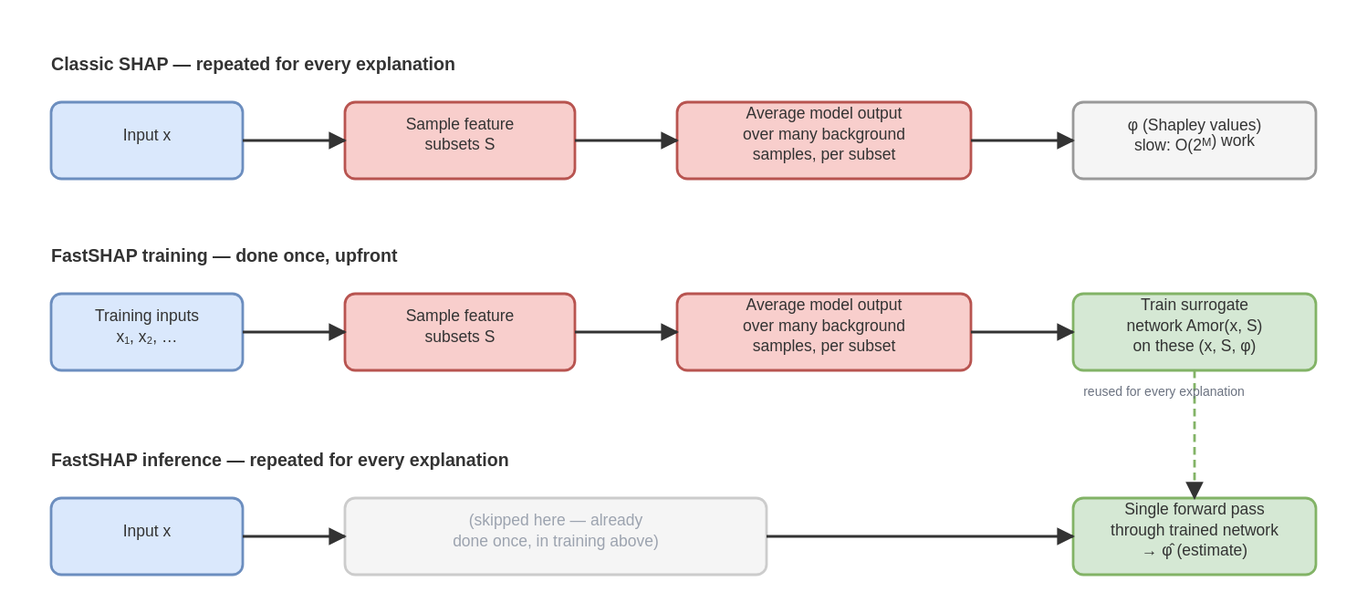
The draw.io diagram posts/explaining-black-box-predictions/diagrams/classic-vs-fastshap.drawio.svg in DMLF1/blog, before a commit. Source tidied: cells renumbered, new cells last; positions are measured from the earlier drawing's top-left corner, leaving out a move shared by most shapes.
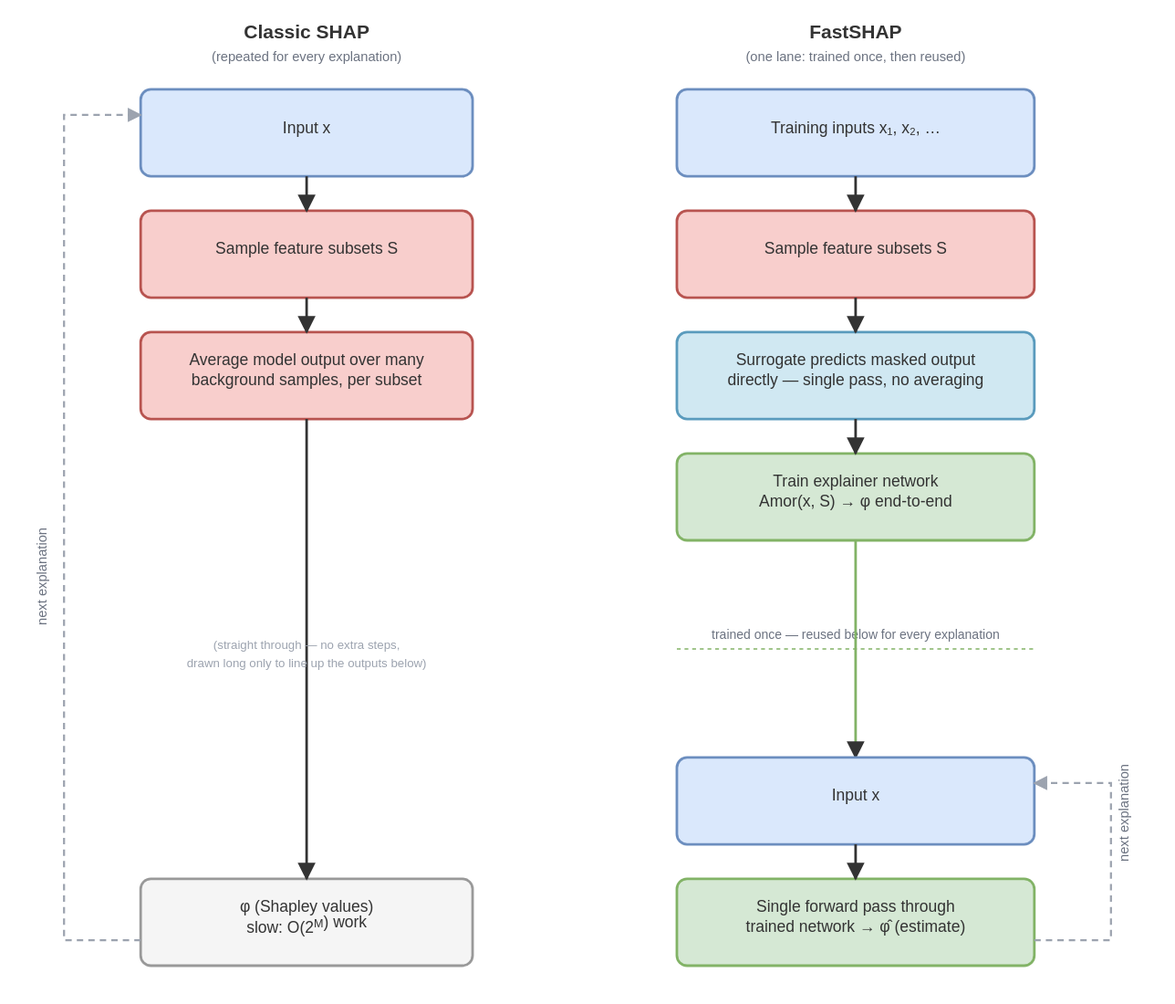
Later version of the same file.

Commit message:
Rebuild FastSHAP diagram as two vertical lanes, fix a factual error

Change to the diagram source:
```diff
@@ -2,77 +2,124 @@
   <root>
     <mxCell id="0" />
     <mxCell id="1" parent="0" />
-    <mxCell id="2" value="Classic SHAP  —  repeated for every explanation" style="text;html=1;align=left;verticalAlign=middle;fontSize=14;fontStyle=1;fontColor=#333333;" parent="1" vertex="1">
-      <mxGeometry width="340" height="20" as="geometry" />
-    </mxCell>
+    <mxCell id="26" value="Classic SHAP" style="text;html=1;align=center;verticalAlign=middle;fontSize=15;fontStyle=1;fontColor=#333333;" parent="1" vertex="1">
+      <mxGeometry x="30" y="-25" width="340" height="20" as="geometry" />
+    </mxCell>
+    <mxCell id="27" value="(repeated for every explanation)" style="text;html=1;align=center;verticalAlign=middle;fontSize=10.5;fontStyle=1;fontColor=#6B7280;" parent="1" vertex="1">
+      <mxGeometry x="30" y="-7" width="340" height="20" as="geometry" />
+    </mxCell>
+    <mxCell id="28" value="FastSHAP" style="text;html=1;align=center;verticalAlign=middle;fontSize=15;fontStyle=1;fontColor=#333333;" parent="1" vertex="1">
+      <mxGeometry x="460" y="-25" width="340" height="20" as="geometry" />
+    </mxCell>
+    <mxCell id="29" value="(one lane: trained once, then reused)" style="text;html=1;align=center;verticalAlign=middle;fontSize=10.5;fontStyle=1;fontColor=#6B7280;" parent="1" vertex="1">
+      <mxGeometry x="460" y="-7" width="340" height="20" as="geometry" />
+    </mxCell>
     <mxCell id="3" value="Input x" style="rounded=1;whiteSpace=wrap;html=1;fillColor=#dae8fc;strokeColor=#6c8ebf;fontColor=#333333;" parent="1" vertex="1">
-      <mxGeometry y="43" width="150" height="60" as="geometry" />
+      <mxGeometry x="70" y="33" width="260" height="68" as="geometry" />
     </mxCell>
-    <mxCell id="4" value="Sample feature&amp;#10;subsets S" style="rounded=1;whiteSpace=wrap;html=1;fillColor=#f8cecc;strokeColor=#b85450;fontColor=#333333;" parent="1" vertex="1">
-      <mxGeometry x="230" y="43" width="180" height="60" as="geometry" />
+    <mxCell id="4" value="Sample feature subsets S" style="rounded=1;whiteSpace=wrap;html=1;fillColor=#f8cecc;strokeColor=#b85450;fontColor=#333333;" parent="1" vertex="1">
+      <mxGeometry x="70" y="128" width="260" height="68" as="geometry" />
     </mxCell>
-    <mxCell id="5" value="Average model output&amp;#10;over many background&amp;#10;samples, per subset" style="rounded=1;whiteSpace=wrap;html=1;fillColor=#f8cecc;strokeColor=#b85450;fontColor=#333333;" parent="1" vertex="1">
-      <mxGeometry x="490" y="43" width="230" height="60" as="geometry" />
+    <mxCell id="5" value="Average model output over many&amp;#10;background samples, per subset" style="rounded=1;whiteSpace=wrap;html=1;fillColor=#f8cecc;strokeColor=#b85450;fontColor=#333333;" parent="1" vertex="1">
+      <mxGeometry x="70" y="223" width="260" height="68" as="geometry" />
     </mxCell>
     <mxCell id="6" value="φ (Shapley values)&#10;slow: O(2M) work" style="rounded=1;whiteSpace=wrap;html=1;fillColor=#f5f5f5;strokeColor=#999999;" parent="1" vertex="1">
-      <mxGeometry x="800" y="43" width="190" height="60" as="geometry" />
+      <mxGeometry x="70" y="651" width="260" height="68" as="geometry" />
     </mxCell>
+    <mxCell id="30" style="edgeStyle=none;html=1;endArrow=block;strokeColor=#333333;" parent="1" edge="1">
+      <mxGeometry relative="1" as="geometry">
+        <mxPoint x="200" y="101" as="sourcePoint" />
+        <mxPoint x="200" y="128" as="targetPoint" />
+      </mxGeometry>
+    </mxCell>
-    <mxCell id="7" style="edgeStyle=orthogonalEdgeStyle;rounded=0;html=1;endArrow=block;strokeColor=#333333;" parent="1" edge="1" source="3" target="4">
-      <mxGeometry relative="1" as="geometry" />
+    <mxCell id="7" style="edgeStyle=none;html=1;endArrow=block;strokeColor=#333333;" parent="1" edge="1">
+      <mxGeometry relative="1" as="geometry">
+        <mxPoint x="200" y="196" as="sourcePoint" />
+        <mxPoint x="200" y="223" as="targetPoint" />
+      </mxGeometry>
     </mxCell>
-    <mxCell id="8" style="edgeStyle=orthogonalEdgeStyle;rounded=0;html=1;endArrow=block;strokeColor=#333333;" parent="1" edge="1" source="4" target="5">
-      <mxGeometry relative="1" as="geometry" />
+    <mxCell id="8" style="edgeStyle=none;html=1;endArrow=block;strokeColor=#333333;" parent="1" edge="1">
+      <mxGeometry relative="1" as="geometry">
+        <mxPoint x="200" y="291" as="sourcePoint" />
+        <mxPoint x="200" y="651" as="targetPoint" />
+      </mxGeometry>
     </mxCell>
-    <mxCell id="9" style="edgeStyle=orthogonalEdgeStyle;rounded=0;html=1;endArrow=block;strokeColor=#333333;" parent="1" edge="1" source="5" target="6">
-      <mxGeometry relative="1" as="geometry" />
-    </mxCell>
-    <mxCell id="10" value="FastSHAP training  —  done once, upfront" style="text;html=1;align=left;verticalAlign=middle;fontSize=14;fontStyle=1;fontColor=#333333;" parent="1" vertex="1">
-      <mxGeometry y="150" width="340" height="20" as="geometry" />
-    </mxCell>
+    <mxCell id="31" value="(straight through — no extra steps," style="text;html=1;align=center;verticalAlign=middle;fontSize=9.5;fontStyle=1;fontColor=#9CA3AF;" parent="1" vertex="1">
+      <mxGeometry x="30" y="453" width="340" height="20" as="geometry" />
+    </mxCell>
+    <mxCell id="32" value="drawn long only to line up the outputs below)" style="text;html=1;align=center;verticalAlign=middle;fontSize=9.5;fontStyle=1;fontColor=#9CA3AF;" parent="1" vertex="1">
+      <mxGeometry x="30" y="467" width="340" height="20" as="geometry" />
+    </mxCell>
+    <mxCell id="33" style="edgeStyle=none;html=1;endArrow=block;strokeColor=#9CA3AF;dashed=1;" parent="1" edge="1">
+      <mxGeometry relative="1" as="geometry">
+        <mxPoint x="70" y="699" as="sourcePoint" />
+        <mxPoint x="70" y="53" as="targetPoint" />
+        <Array as="points">
+          <mxPoint x="10" y="699" />
+          <mxPoint x="10" y="53" />
+        </Array>
+      </mxGeometry>
+    </mxCell>
-    <mxCell id="11" value="Training inputs&amp;#10;x₁, x₂, …" style="rounded=1;whiteSpace=wrap;html=1;fillColor=#dae8fc;strokeColor=#6c8ebf;fontColor=#333333;" parent="1" vertex="1">
-      <mxGeometry y="193" width="150" height="60" as="geometry" />
+    <mxCell id="11" value="Training inputs x₁, x₂, …" style="rounded=1;whiteSpace=wrap;html=1;fillColor=#dae8fc;strokeColor=#6c8ebf;fontColor=#333333;" parent="1" vertex="1">
+      <mxGeometry x="490" y="33" width="280" height="68" as="geometry" />
     </mxCell>
-    <mxCell id="12" value="Sample feature&amp;#10;subsets S" style="rounded=1;whiteSpace=wrap;html=1;fillColor=#f8cecc;strokeColor=#b85450;fontColor=#333333;" parent="1" vertex="1">
-      <mxGeometry x="230" y="193" width="180" height="60" as="geometry" />
+    <mxCell id="12" value="Sample feature subsets S" style="rounded=1;whiteSpace=wrap;html=1;fillColor=#f8cecc;strokeColor=#b85450;fontColor=#333333;" parent="1" vertex="1">
+      <mxGeometry x="490" y="128" width="280" height="68" as="geometry" />
     </mxCell>
-    <mxCell id="13" value="Average model output&amp;#10;over many background&amp;#10;samples, per subset" style="rounded=1;whiteSpace=wrap;html=1;fillColor=#f8cecc;strokeColor=#b85450;fontColor=#333333;" parent="1" vertex="1">
-      <mxGeometry x="490" y="193" width="230" height="60" as="geometry" />
+    <mxCell id="13" value="Surrogate predicts masked output&amp;#10;directly — single pass, no averaging" style="rounded=1;whiteSpace=wrap;html=1;fillColor=#d0e8f2;strokeColor=#5a9bbd;fontColor=#333333;" parent="1" vertex="1">
+      <mxGeometry x="490" y="223" width="280" height="68" as="geometry" />
     </mxCell>
-    <mxCell id="14" value="Train surrogate&amp;#10;network Amor(x, S)&amp;#10;on these (x, S, φ)" style="rounded=1;whiteSpace=wrap;html=1;fillColor=#d5e8d4;strokeColor=#82b366;fontColor=#333333;" parent="1" vertex="1">
-      <mxGeometry x="800" y="193" width="190" height="60" as="geometry" />
+    <mxCell id="14" value="Train explainer network&amp;#10;Amor(x, S) → φ end-to-end" style="rounded=1;whiteSpace=wrap;html=1;fillColor=#d5e8d4;strokeColor=#82b366;fontColor=#333333;" parent="1" vertex="1">
+      <mxGeometry x="490" y="318" width="280" height="68" as="geometry" />
     </mxCell>
+    <mxCell id="34" style="edgeStyle=none;html=1;endArrow=block;strokeColor=#333333;" parent="1" edge="1">
+      <mxGeometry relative="1" as="geometry">
+        <mxPoint x="630" y="101" as="sourcePoint" />
+        <mxPoint x="630" y="128" as="targetPoint" />
+      </mxGeometry>
+    </mxCell>
-    <mxCell id="15" style="edgeStyle=orthogonalEdgeStyle;rounded=0;html=1;endArrow=block;strokeColor=#333333;" parent="1" edge="1" source="11" target="12">
-      <mxGeometry relative="1" as="geometry" />
+    <mxCell id="15" style="edgeStyle=none;html=1;endArrow=block;strokeColor=#333333;" parent="1" edge="1">
+      <mxGeometry relative="1" as="geometry">
+        <mxPoint x="630" y="196" as="sourcePoint" />
+        <mxPoint x="630" y="223" as="targetPoint" />
+      </mxGeometry>
     </mxCell>
-    <mxCell id="16" style="edgeStyle=orthogonalEdgeStyle;rounded=0;html=1;endArrow=block;strokeColor=#333333;" parent="1" edge="1" source="12" target="13">
-      <mxGeometry relative="1" as="geometry" />
+    <mxCell id="16" style="edgeStyle=none;html=1;endArrow=block;strokeColor=#333333;" parent="1" edge="1">
+      <mxGeometry relative="1" as="geometry">
+        <mxPoint x="630" y="291" as="sourcePoint" />
+        <mxPoint x="630" y="318" as="targetPoint" />
+      </mxGeometry>
     </mxCell>
-    <mxCell id="17" style="edgeStyle=orthogonalEdgeStyle;rounded=0;html=1;endArrow=block;strokeColor=#333333;" parent="1" edge="1" source="13" target="14">
-      <mxGeometry relative="1" as="geometry" />
-    </mxCell>
-    <mxCell id="18" value="FastSHAP inference  —  repeated for every explanation" style="text;html=1;align=left;verticalAlign=middle;fontSize=14;fontStyle=1;fontColor=#333333;" parent="1" vertex="1">
-      <mxGeometry y="310" width="340" height="20" as="geometry" />
-    </mxCell>
+    <mxCell id="35" value="trained once — reused below for every explanation" style="text;html=1;align=center;verticalAlign=middle;fontSize=10;fontStyle=1;fontColor=#6B7280;" parent="1" vertex="1">
+      <mxGeometry x="460" y="445" width="340" height="20" as="geometry" />
+    </mxCell>
+    <mxCell id="36" style="edgeStyle=none;html=1;endArrow=block;strokeColor=#82b366;" parent="1" edge="1">
+      <mxGeometry relative="1" as="geometry">
+        <mxPoint x="630" y="386" as="sourcePoint" />
+        <mxPoint x="630" y="556" as="targetPoint" />
+      </mxGeometry>
+    </mxCell>
     <mxCell id="19" value="Input x" style="rounded=1;whiteSpace=wrap;html=1;fillColor=#dae8fc;strokeColor=#6c8ebf;fontColor=#333333;" parent="1" vertex="1">
-      <mxGeometry y="353" width="150" height="60" as="geometry" />
+      <mxGeometry x="490" y="556" width="280" height="68" as="geometry" />
     </mxCell>
-    <mxCell id="20" value="(skipped here — already&amp;#10;done once, in training above)" style="rounded=1;whiteSpace=wrap;html=1;fillColor=#f5f5f5;strokeColor=#cccccc;fontColor=#9CA3AF;" parent="1" vertex="1">
-      <mxGeometry x="230" y="353" width="330" height="60" as="geometry" />
-    </mxCell>
-    <mxCell id="21" value="Single forward pass&amp;#10;through trained network&amp;#10;→ φ̂ (estimate)" style="rounded=1;whiteSpace=wrap;html=1;fillColor=#d5e8d4;strokeColor=#82b366;fontColor=#333333;" parent="1" vertex="1">
-      <mxGeometry x="800" y="353" width="190" height="60" as="geometry" />
+    <mxCell id="21" value="Single forward pass through&amp;#10;trained network → φ̂ (estimate)" style="rounded=1;whiteSpace=wrap;html=1;fillColor=#d5e8d4;strokeColor=#82b366;fontColor=#333333;" parent="1" vertex="1">
+      <mxGeometry x="490" y="651" width="280" height="68" as="geometry" />
     </mxCell>
-    <mxCell id="22" style="edgeStyle=orthogonalEdgeStyle;rounded=0;html=1;endArrow=block;strokeColor=#333333;" parent="1" edge="1" source="19" target="20">
-      <mxGeometry relative="1" as="geometry" />
-    </mxCell>
-    <mxCell id="23" style="edgeStyle=orthogonalEdgeStyle;rounded=0;html=1;endArrow=block;strokeColor=#333333;" parent="1" edge="1" source="20" target="21">
-      <mxGeometry relative="1" as="geometry" />
-    </mxCell>
-    <mxCell id="24" style="edgeStyle=orthogonalEdgeStyle;rounded=0;html=1;endArrow=block;strokeColor=#82b366;dashed=1;" parent="1" edge="1" source="14" target="21">
-      <mxGeometry relative="1" as="geometry" />
-    </mxCell>
-    <mxCell id="25" value="reused for every explanation" style="text;html=1;align=left;verticalAlign=middle;fontSize=10;fontStyle=1;fontColor=#6B7280;" parent="1" vertex="1">
-      <mxGeometry x="808" y="255" width="340" height="20" as="geometry" />
-    </mxCell>
+    <mxCell id="37" style="edgeStyle=none;html=1;endArrow=block;strokeColor=#333333;" parent="1" edge="1">
+      <mxGeometry relative="1" as="geometry">
+        <mxPoint x="630" y="624" as="sourcePoint" />
+        <mxPoint x="630" y="651" as="targetPoint" />
+      </mxGeometry>
+    </mxCell>
+    <mxCell id="38" style="edgeStyle=none;html=1;endArrow=block;strokeColor=#9CA3AF;dashed=1;" parent="1" edge="1">
+      <mxGeometry relative="1" as="geometry">
+        <mxPoint x="770" y="699" as="sourcePoint" />
+        <mxPoint x="770" y="576" as="targetPoint" />
+        <Array as="points">
+          <mxPoint x="830" y="699" />
+          <mxPoint x="830" y="576" />
+        </Array>
+      </mxGeometry>
+    </mxCell>
   </root>
 </mxGraphModel>
```
